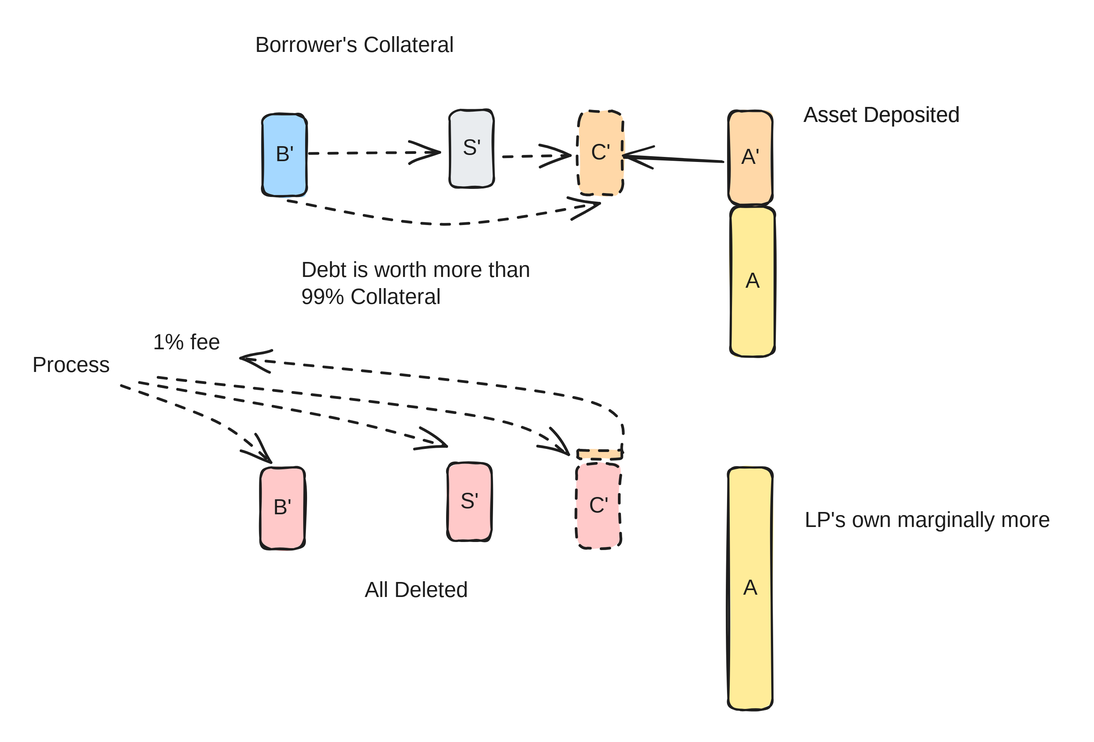
decaswap-labs/docs keeps this Excalidraw diagram as .gitbook/assets/file.excalidraw (19).svg. Above is the earlier version. Source tidied: one line per element, renumbered; positions are measured from the earlier drawing's top-left corner, leaving out a move shared by most shapes.
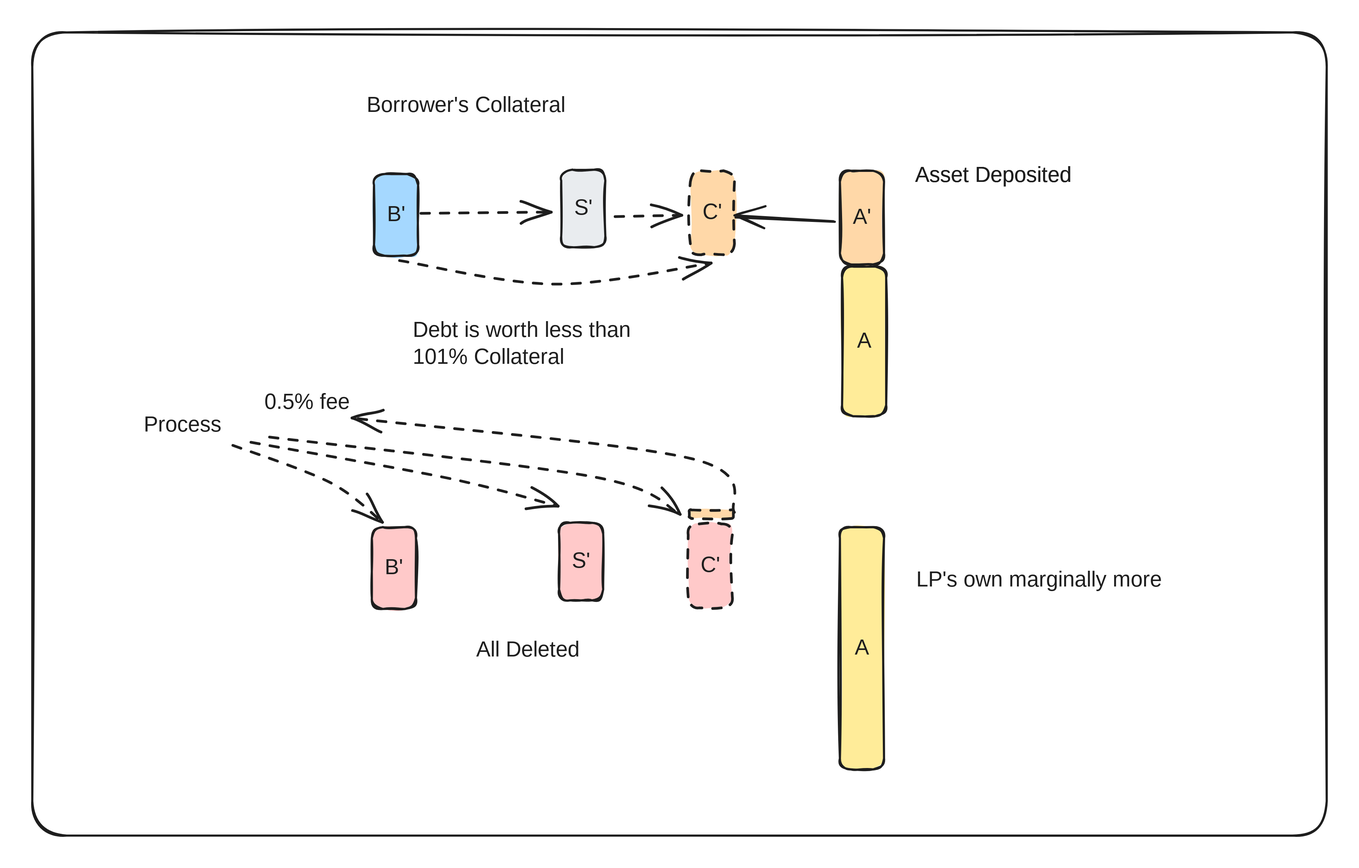
Later version of the same file.

Change to the diagram source:
```diff
@@ -9,7 +9,7 @@
 {"id": 8, "type": "arrow", "strokeColor": "#1e1e1e", "backgroundColor": "#e9ecef", "fillStyle": "solid", "strokeWidth": 2, "roughness": 1, "endArrowhead": "arrow", "round": true, "from": 2, "to": 4, "x": 642, "y": 119, "width": 92, "height": 3, "points": [[0, 0], [-92, -3]]}
 {"id": 9, "type": "arrow", "strokeColor": "#1e1e1e", "backgroundColor": "#e9ecef", "fillStyle": "solid", "strokeWidth": 2, "strokeStyle": "dashed", "roughness": 1, "startArrowhead": "arrow", "round": true, "from": 4, "to": 6, "x": 500, "y": 114, "width": 67, "height": 1, "points": [[0, 0], [-67, 1]]}
 {"id": 10, "type": "text", "text": "Asset Deposited", "strokeColor": "#1e1e1e", "backgroundColor": "#e9ecef", "fillStyle": "solid", "strokeWidth": 2, "roughness": 1, "fontSize": 20, "fontFamily": 1, "x": 717, "y": 65, "width": 163, "height": 25}
-{"id": 11, "type": "text", "text": "Debt is worth more than \n99% Collateral\n", "strokeColor": "#1e1e1e", "backgroundColor": "#e9ecef", "fillStyle": "solid", "strokeWidth": 2, "roughness": 1, "fontSize": 20, "fontFamily": 1, "x": 250, "y": 209, "width": 253, "height": 75}
+{"id": 11, "type": "text", "text": "Debt is worth less than \n101% Collateral\n", "strokeColor": "#1e1e1e", "backgroundColor": "#e9ecef", "fillStyle": "solid", "strokeWidth": 2, "roughness": 1, "fontSize": 20, "fontFamily": 1, "x": 250, "y": 209, "width": 248, "height": 75}
 {"id": 12, "type": "text", "text": "Borrower's Collateral", "strokeColor": "#1e1e1e", "backgroundColor": "#e9ecef", "fillStyle": "solid", "strokeWidth": 2, "roughness": 1, "fontSize": 20, "fontFamily": 1, "x": 207, "y": 0, "width": 209, "height": 25}
 {"id": 13, "type": "text", "text": "Asset Deposited", "strokeColor": "#1e1e1e", "backgroundColor": "#e9ecef", "fillStyle": "solid", "strokeWidth": 2, "roughness": 1, "fontSize": 20, "fontFamily": 1, "x": 717, "y": 65, "width": 163, "height": 25}
 {"id": 14, "type": "rectangle", "strokeColor": "#1e1e1e", "backgroundColor": "#a5d8ff", "fillStyle": "solid", "strokeWidth": 2, "roughness": 1, "round": true, "x": 214, "y": 76, "width": 41, "height": 76}
@@ -28,8 +28,9 @@
 {"id": 27, "type": "text", "text": "All Deleted", "strokeColor": "#1e1e1e", "backgroundColor": "#e9ecef", "fillStyle": "solid", "strokeWidth": 2, "roughness": 1, "fontSize": 20, "fontFamily": 1, "x": 309, "y": 506, "width": 110, "height": 25}
 {"id": 28, "type": "rectangle", "strokeColor": "#1e1e1e", "backgroundColor": "#ffd8a8", "fillStyle": "solid", "strokeWidth": 2, "strokeStyle": "dashed", "roughness": 1, "round": true, "x": 507, "y": 388, "width": 41, "height": 8}
 {"id": 29, "type": "arrow", "strokeColor": "#1e1e1e", "backgroundColor": "#ffd8a8", "fillStyle": "solid", "strokeWidth": 2, "strokeStyle": "dashed", "roughness": 1, "endArrowhead": "arrow", "round": true, "from": 28, "x": 550, "y": 390, "width": 355, "height": 88, "points": [[0, 0], [-41, -49], [-355, -88]]}
-{"id": 30, "type": "text", "text": "1% fee", "strokeColor": "#1e1e1e", "backgroundColor": "#e9ecef", "fillStyle": "solid", "strokeWidth": 2, "roughness": 1, "fontSize": 20, "fontFamily": 1, "x": 112, "y": 276, "width": 66, "height": 25}
+{"id": 30, "type": "text", "text": "0.5% fee", "strokeColor": "#1e1e1e", "backgroundColor": "#e9ecef", "fillStyle": "solid", "strokeWidth": 2, "roughness": 1, "fontSize": 20, "fontFamily": 1, "x": 112, "y": 276, "width": 92, "height": 25}
 {"id": 31, "type": "arrow", "strokeColor": "#1e1e1e", "backgroundColor": "#ffd8a8", "fillStyle": "solid", "strokeWidth": 2, "strokeStyle": "dashed", "roughness": 1, "endArrowhead": "arrow", "round": true, "from": 34, "to": 25, "x": 82, "y": 328, "width": 140, "height": 73, "points": [[0, 0], [92, 36], [140, 73]]}
 {"id": 32, "type": "arrow", "strokeColor": "#1e1e1e", "backgroundColor": "#ffd8a8", "fillStyle": "solid", "strokeWidth": 2, "strokeStyle": "dashed", "roughness": 1, "endArrowhead": "arrow", "round": true, "to": 22, "x": 100, "y": 324, "width": 286, "height": 61, "points": [[0, 0], [183, 33], [286, 61]]}
 {"id": 33, "type": "arrow", "strokeColor": "#1e1e1e", "backgroundColor": "#ffd8a8", "fillStyle": "solid", "strokeWidth": 2, "strokeStyle": "dashed", "roughness": 1, "endArrowhead": "arrow", "round": true, "to": 28, "x": 118, "y": 320, "width": 382, "height": 73, "points": [[0, 0], [302, 37], [382, 73]]}
 {"id": 34, "type": "text", "text": "Process", "strokeColor": "#1e1e1e", "backgroundColor": "#e9ecef", "fillStyle": "solid", "strokeWidth": 2, "roughness": 1, "fontSize": 20, "fontFamily": 1, "x": 0, "y": 297, "width": 76, "height": 25}
+{"id": 35, "type": "rectangle", "strokeColor": "#1e1e1e", "strokeWidth": 2, "roughness": 1, "round": true, "x": -104, "y": -56, "width": 1203, "height": 746}
```
